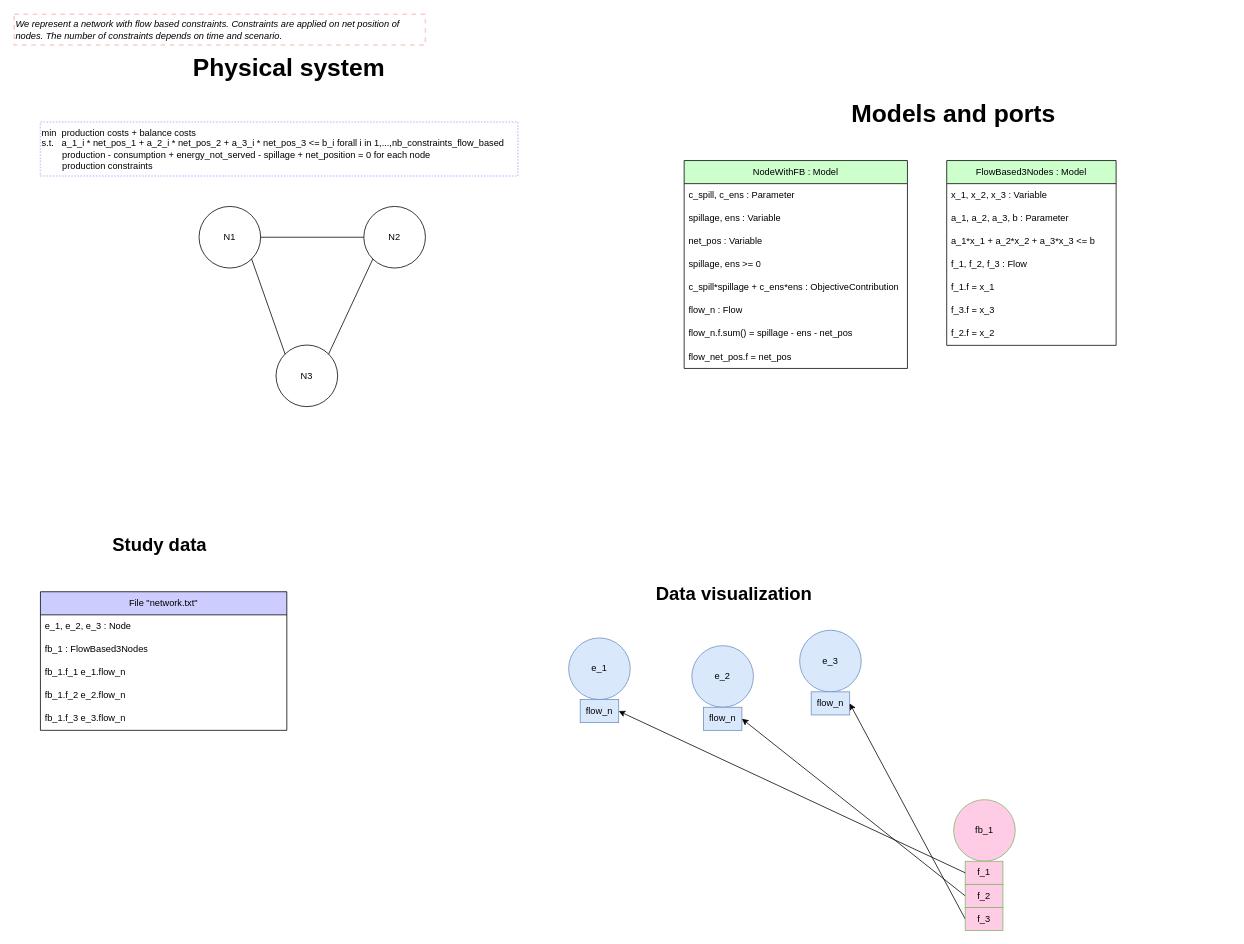
Above: page "fb_on_net_positions_2" (3 of 4) of models-design/systems/flow_based.drawio in AntaresSimulatorTeam/andromede-modeling-prototype (draw.io), before the change. Source tidied: cells renumbered, new cells numbered last; positions are measured from the earlier drawing's top-left corner, leaving out a move shared by most shapes. Both pictures are drawn from the tidied source at 77%, with x=0, y=0 at pixel (14, 14).
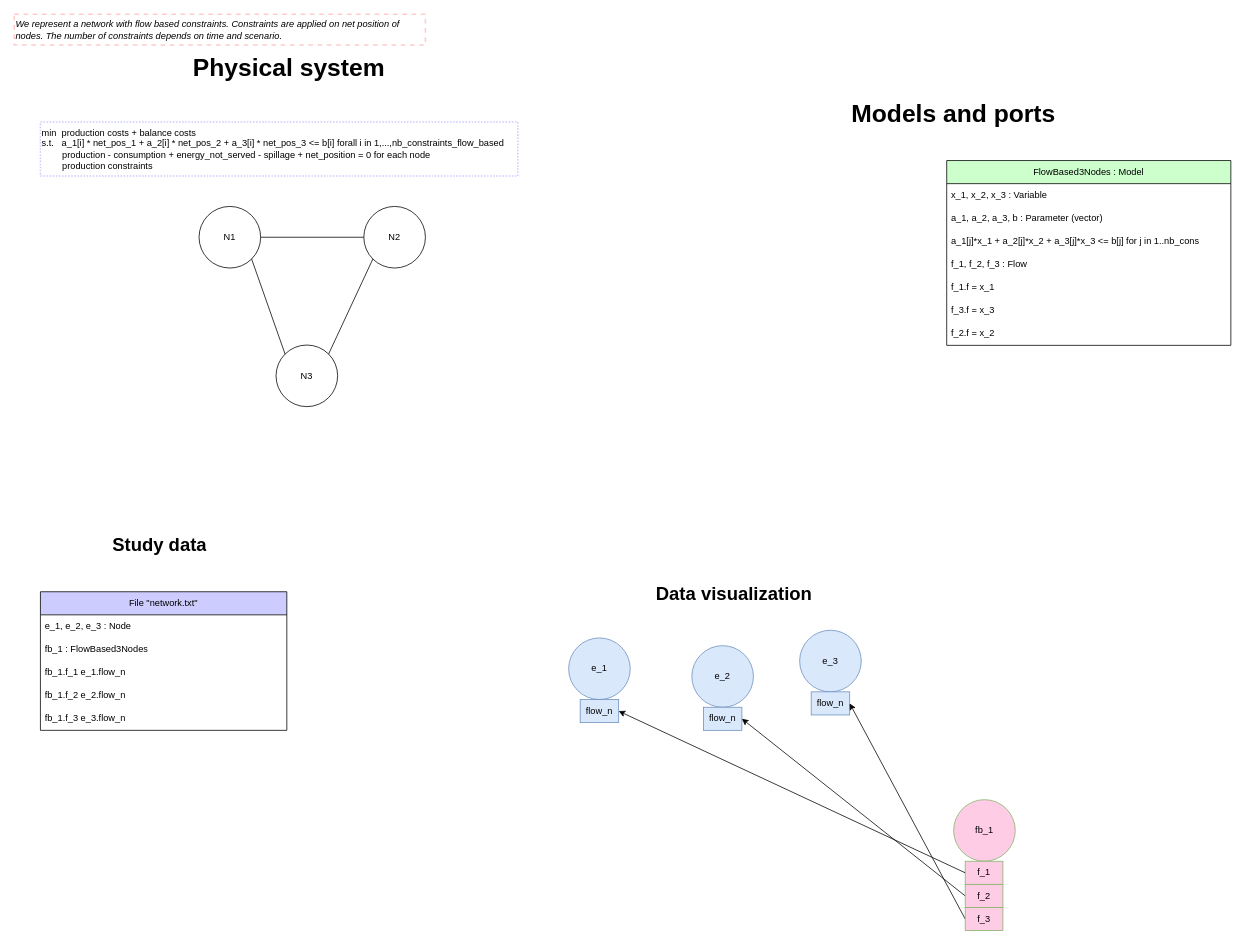
Above is the later version.

What changed in the source:
```diff
@@
     <mxCell id="33" value="FlowBased3Nodes : Model" style="swimlane;fontStyle=0;horizontal=1;startSize=30;whiteSpace=wrap;html=1;fillColor=#CCFFCC;" parent="1" vertex="1">
-      <mxGeometry x="1211" y="190" width="220" height="240" as="geometry" />
+      <mxGeometry x="1211" y="190" width="369" height="240" as="geometry" />
     </mxCell>
     <mxCell id="34" value="x_1, x_2, x_3 : Variable" style="text;strokeColor=none;fillColor=none;align=left;verticalAlign=middle;spacingLeft=4;spacingRight=4;overflow=hidden;whiteSpace=wrap;html=1;" parent="33" vertex="1">
-      <mxGeometry y="30" width="220" height="30" as="geometry" />
+      <mxGeometry y="30" width="369" height="30" as="geometry" />
     </mxCell>
-    <mxCell id="35" value="a_1, a_2, a_3, b : Parameter" style="text;strokeColor=none;fillColor=none;align=left;verticalAlign=middle;spacingLeft=4;spacingRight=4;overflow=hidden;whiteSpace=wrap;html=1;" parent="33" vertex="1">
-      <mxGeometry y="60" width="220" height="30" as="geometry" />
-    </mxCell>
-    <mxCell id="36" value="a_1*x_1 + a_2*x_2 + a_3*x_3 &amp;lt;= b" style="text;strokeColor=none;fillColor=none;align=left;verticalAlign=middle;spacingLeft=4;spacingRight=4;overflow=hidden;whiteSpace=wrap;html=1;" parent="33" vertex="1">
-      <mxGeometry y="90" width="220" height="30" as="geometry" />
-    </mxCell>
+    <mxCell id="54" value="a_1, a_2, a_3, b : Parameter (vector)" style="text;strokeColor=none;fillColor=none;align=left;verticalAlign=middle;spacingLeft=4;spacingRight=4;overflow=hidden;whiteSpace=wrap;html=1;" parent="33" vertex="1">
+      <mxGeometry y="60" width="369" height="30" as="geometry" />
+    </mxCell>
+    <mxCell id="55" value="a_1[j]*x_1 + a_2[j]*x_2 + a_3[j]*x_3 &amp;lt;= b[j] for j in 1..nb_cons" style="text;strokeColor=none;fillColor=none;align=left;verticalAlign=middle;spacingLeft=4;spacingRight=4;overflow=hidden;whiteSpace=wrap;html=1;" parent="33" vertex="1">
+      <mxGeometry y="90" width="369" height="30" as="geometry" />
+    </mxCell>
     <mxCell id="37" value="f_1, f_2, f_3 : Flow" style="text;strokeColor=none;fillColor=none;align=left;verticalAlign=middle;spacingLeft=4;spacingRight=4;overflow=hidden;whiteSpace=wrap;html=1;" parent="33" vertex="1">
-      <mxGeometry y="120" width="220" height="30" as="geometry" />
+      <mxGeometry y="120" width="369" height="30" as="geometry" />
     </mxCell>
     <mxCell id="38" value="f_1.f = x_1" style="text;strokeColor=none;fillColor=none;align=left;verticalAlign=middle;spacingLeft=4;spacingRight=4;overflow=hidden;whiteSpace=wrap;html=1;" parent="33" vertex="1">
-      <mxGeometry y="150" width="220" height="30" as="geometry" />
+      <mxGeometry y="150" width="369" height="30" as="geometry" />
     </mxCell>
     <mxCell id="39" value="f_3.f = x_3" style="text;strokeColor=none;fillColor=none;align=left;verticalAlign=middle;spacingLeft=4;spacingRight=4;overflow=hidden;whiteSpace=wrap;html=1;" parent="33" vertex="1">
-      <mxGeometry y="180" width="220" height="30" as="geometry" />
+      <mxGeometry y="180" width="369" height="30" as="geometry" />
     </mxCell>
     <mxCell id="40" value="f_2.f = x_2" style="text;strokeColor=none;fillColor=none;align=left;verticalAlign=middle;spacingLeft=4;spacingRight=4;overflow=hidden;whiteSpace=wrap;html=1;" parent="33" vertex="1">
-      <mxGeometry y="210" width="220" height="30" as="geometry" />
+      <mxGeometry y="210" width="369" height="30" as="geometry" />
     </mxCell>
@@
-    <mxCell id="42" value="min&amp;nbsp;&amp;nbsp;&lt;span style=&quot;&quot;&gt;&lt;/span&gt;production costs + balance costs&lt;br&gt;s.t.&amp;nbsp;&lt;span style=&quot;&quot;&gt;&amp;nbsp; a_1_i * net_pos_1 + a_2_i * net_pos_2 + a_3_i * net_pos_3 &amp;lt;= b_i forall i in 1,...,nb_constraints_flow_based&lt;/span&gt;&amp;nbsp; &amp;nbsp;&lt;br&gt;&lt;span style=&quot;&quot;&gt;&#9;&lt;/span&gt;&lt;span style=&quot;white-space: pre;&quot;&gt;&#9;&lt;/span&gt;production - consumption + energy_not_served - spillage + net_position = 0 for each node&lt;br&gt;&lt;span style=&quot;&quot;&gt;&#9;&lt;/span&gt;&lt;span style=&quot;white-space: pre;&quot;&gt;&#9;&lt;/span&gt;production constraints" style="text;html=1;strokeColor=#CCCCFF;fillColor=none;align=left;verticalAlign=middle;whiteSpace=wrap;rounded=0;dashed=1;dashPattern=1 1;strokeWidth=2;" parent="1" vertex="1">
-      <mxGeometry x="34" y="140" width="620" height="70" as="geometry" />
-    </mxCell>
@@
-    <mxCell id="44" value="NodeWithFB : Model" style="swimlane;fontStyle=0;horizontal=1;startSize=30;whiteSpace=wrap;html=1;fillColor=#CCFFCC;fontColor=#000000;" parent="1" vertex="1">
-      <mxGeometry x="870" y="190" width="290" height="270" as="geometry" />
-    </mxCell>
-    <mxCell id="45" value="c_spill, c_ens : Parameter" style="text;strokeColor=none;fillColor=none;align=left;verticalAlign=middle;spacingLeft=4;spacingRight=4;overflow=hidden;whiteSpace=wrap;html=1;" parent="44" vertex="1">
-      <mxGeometry y="30" width="290" height="30" as="geometry" />
-    </mxCell>
-    <mxCell id="46" value="spillage, ens : Variable" style="text;strokeColor=none;fillColor=none;align=left;verticalAlign=middle;spacingLeft=4;spacingRight=4;overflow=hidden;whiteSpace=wrap;html=1;" parent="44" vertex="1">
-      <mxGeometry y="60" width="290" height="30" as="geometry" />
-    </mxCell>
-    <mxCell id="47" value="net_pos : Variable" style="text;strokeColor=none;fillColor=none;align=left;verticalAlign=middle;spacingLeft=4;spacingRight=4;overflow=hidden;whiteSpace=wrap;html=1;" parent="44" vertex="1">
-      <mxGeometry y="90" width="290" height="30" as="geometry" />
-    </mxCell>
-    <mxCell id="48" value="spillage, ens &amp;gt;= 0" style="text;strokeColor=none;fillColor=none;align=left;verticalAlign=middle;spacingLeft=4;spacingRight=4;overflow=hidden;whiteSpace=wrap;html=1;" parent="44" vertex="1">
-      <mxGeometry y="120" width="290" height="30" as="geometry" />
-    </mxCell>
-    <mxCell id="49" value="c_spill*spillage + c_ens*ens : ObjectiveContribution" style="text;strokeColor=none;fillColor=none;align=left;verticalAlign=middle;spacingLeft=4;spacingRight=4;overflow=hidden;whiteSpace=wrap;html=1;" parent="44" vertex="1">
-      <mxGeometry y="150" width="290" height="30" as="geometry" />
-    </mxCell>
-    <mxCell id="50" value="flow_n : Flow" style="text;strokeColor=none;fillColor=none;align=left;verticalAlign=middle;spacingLeft=4;spacingRight=4;overflow=hidden;whiteSpace=wrap;html=1;" parent="44" vertex="1">
-      <mxGeometry y="180" width="290" height="30" as="geometry" />
-    </mxCell>
-    <mxCell id="51" value="flow_n.f.sum() = spillage - ens - net_pos" style="text;strokeColor=none;fillColor=none;align=left;verticalAlign=middle;spacingLeft=4;spacingRight=4;overflow=hidden;whiteSpace=wrap;html=1;" parent="44" vertex="1">
-      <mxGeometry y="210" width="290" height="30" as="geometry" />
-    </mxCell>
-    <mxCell id="52" value="flow_net_pos.f = net_pos" style="text;strokeColor=none;fillColor=none;align=left;verticalAlign=middle;spacingLeft=4;spacingRight=4;overflow=hidden;whiteSpace=wrap;html=1;" parent="44" vertex="1">
-      <mxGeometry y="240" width="290" height="30" as="geometry" />
-    </mxCell>
@@
+    <mxCell id="56" value="min&amp;nbsp;&amp;nbsp;&lt;span style=&quot;&quot;&gt;&lt;/span&gt;production costs + balance costs&lt;br&gt;s.t.&amp;nbsp;&lt;span style=&quot;&quot;&gt;&amp;nbsp; a_1[i] * net_pos_1 + a_2[i] * net_pos_2 + a_3[i] * net_pos_3 &amp;lt;= b[i] forall i in 1,...,nb_constraints_flow_based&lt;/span&gt;&amp;nbsp; &amp;nbsp;&lt;br&gt;&lt;span style=&quot;&quot;&gt;&#9;&lt;/span&gt;&lt;span style=&quot;white-space: pre;&quot;&gt;&#9;&lt;/span&gt;production - consumption + energy_not_served - spillage + net_position = 0 for each node&lt;br&gt;&lt;span style=&quot;&quot;&gt;&#9;&lt;/span&gt;&lt;span style=&quot;white-space: pre;&quot;&gt;&#9;&lt;/span&gt;production constraints" style="text;html=1;strokeColor=#CCCCFF;fillColor=none;align=left;verticalAlign=middle;whiteSpace=wrap;rounded=0;dashed=1;dashPattern=1 1;strokeWidth=2;" parent="1" vertex="1">
+      <mxGeometry x="34" y="140" width="620" height="70" as="geometry" />
+    </mxCell>
```
